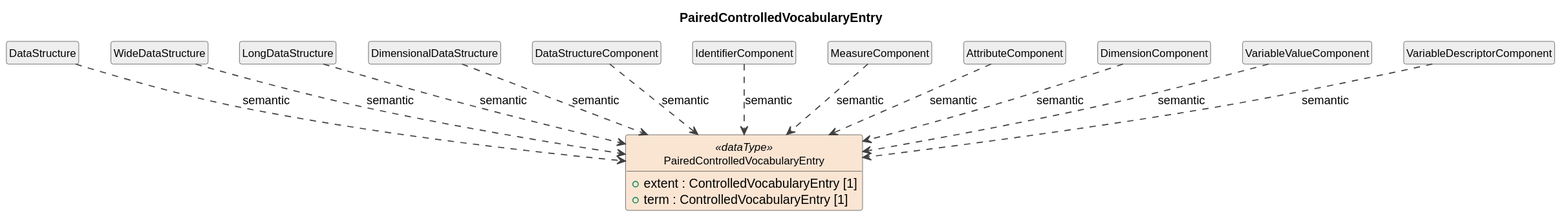
Earlier version of the PlantUML export build/plantuml/cdifDataStructure/DataTypes/PairedControlledVocabularyEntry.svg (Cross-Domain-Interoperability-Framework/metadataBuildingBlocks). Its diagram source:
```plantuml
@startuml
title PairedControlledVocabularyEntry
hide circle
hide empty members
skinparam shadowing false
skinparam ArrowThickness 1.2
skinparam class {
  ArrowColor #404040
  BorderColor #404040
  FontSize 12
}

class "PairedControlledVocabularyEntry" as PairedControlledVocabularyEntry <<dataType>> #FAE5D3 {
  +extent : ControlledVocabularyEntry [1]
  +term : ControlledVocabularyEntry [1]
}
class "DataStructure" as DataStructure #EEEEEE
DataStructure ..> PairedControlledVocabularyEntry : semantic
class "WideDataStructure" as WideDataStructure #EEEEEE
WideDataStructure ..> PairedControlledVocabularyEntry : semantic
class "LongDataStructure" as LongDataStructure #EEEEEE
LongDataStructure ..> PairedControlledVocabularyEntry : semantic
class "DimensionalDataStructure" as DimensionalDataStructure #EEEEEE
DimensionalDataStructure ..> PairedControlledVocabularyEntry : semantic
class "DataStructureComponent" as DataStructureComponent #EEEEEE
DataStructureComponent ..> PairedControlledVocabularyEntry : semantic
class "IdentifierComponent" as IdentifierComponent #EEEEEE
IdentifierComponent ..> PairedControlledVocabularyEntry : semantic
class "MeasureComponent" as MeasureComponent #EEEEEE
MeasureComponent ..> PairedControlledVocabularyEntry : semantic
class "AttributeComponent" as AttributeComponent #EEEEEE
AttributeComponent ..> PairedControlledVocabularyEntry : semantic
class "DimensionComponent" as DimensionComponent #EEEEEE
DimensionComponent ..> PairedControlledVocabularyEntry : semantic
class "VariableValueComponent" as VariableValueComponent #EEEEEE
VariableValueComponent ..> PairedControlledVocabularyEntry : semantic
class "VariableDescriptorComponent" as VariableDescriptorComponent #EEEEEE
VariableDescriptorComponent ..> PairedControlledVocabularyEntry : semantic
@enduml
```
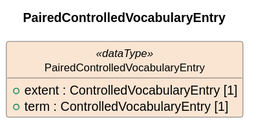
Later version of the same file.

Diff of the diagram source:
```diff
@@ -14,26 +14,4 @@
   +extent : ControlledVocabularyEntry [1]
   +term : ControlledVocabularyEntry [1]
 }
-class "DataStructure" as DataStructure #EEEEEE
-DataStructure ..> PairedControlledVocabularyEntry : semantic
-class "WideDataStructure" as WideDataStructure #EEEEEE
-WideDataStructure ..> PairedControlledVocabularyEntry : semantic
-class "LongDataStructure" as LongDataStructure #EEEEEE
-LongDataStructure ..> PairedControlledVocabularyEntry : semantic
-class "DimensionalDataStructure" as DimensionalDataStructure #EEEEEE
-DimensionalDataStructure ..> PairedControlledVocabularyEntry : semantic
-class "DataStructureComponent" as DataStructureComponent #EEEEEE
-DataStructureComponent ..> PairedControlledVocabularyEntry : semantic
-class "IdentifierComponent" as IdentifierComponent #EEEEEE
-IdentifierComponent ..> PairedControlledVocabularyEntry : semantic
-class "MeasureComponent" as MeasureComponent #EEEEEE
-MeasureComponent ..> PairedControlledVocabularyEntry : semantic
-class "AttributeComponent" as AttributeComponent #EEEEEE
-AttributeComponent ..> PairedControlledVocabularyEntry : semantic
-class "DimensionComponent" as DimensionComponent #EEEEEE
-DimensionComponent ..> PairedControlledVocabularyEntry : semantic
-class "VariableValueComponent" as VariableValueComponent #EEEEEE
-VariableValueComponent ..> PairedControlledVocabularyEntry : semantic
-class "VariableDescriptorComponent" as VariableDescriptorComponent #EEEEEE
-VariableDescriptorComponent ..> PairedControlledVocabularyEntry : semantic
 @enduml
```
